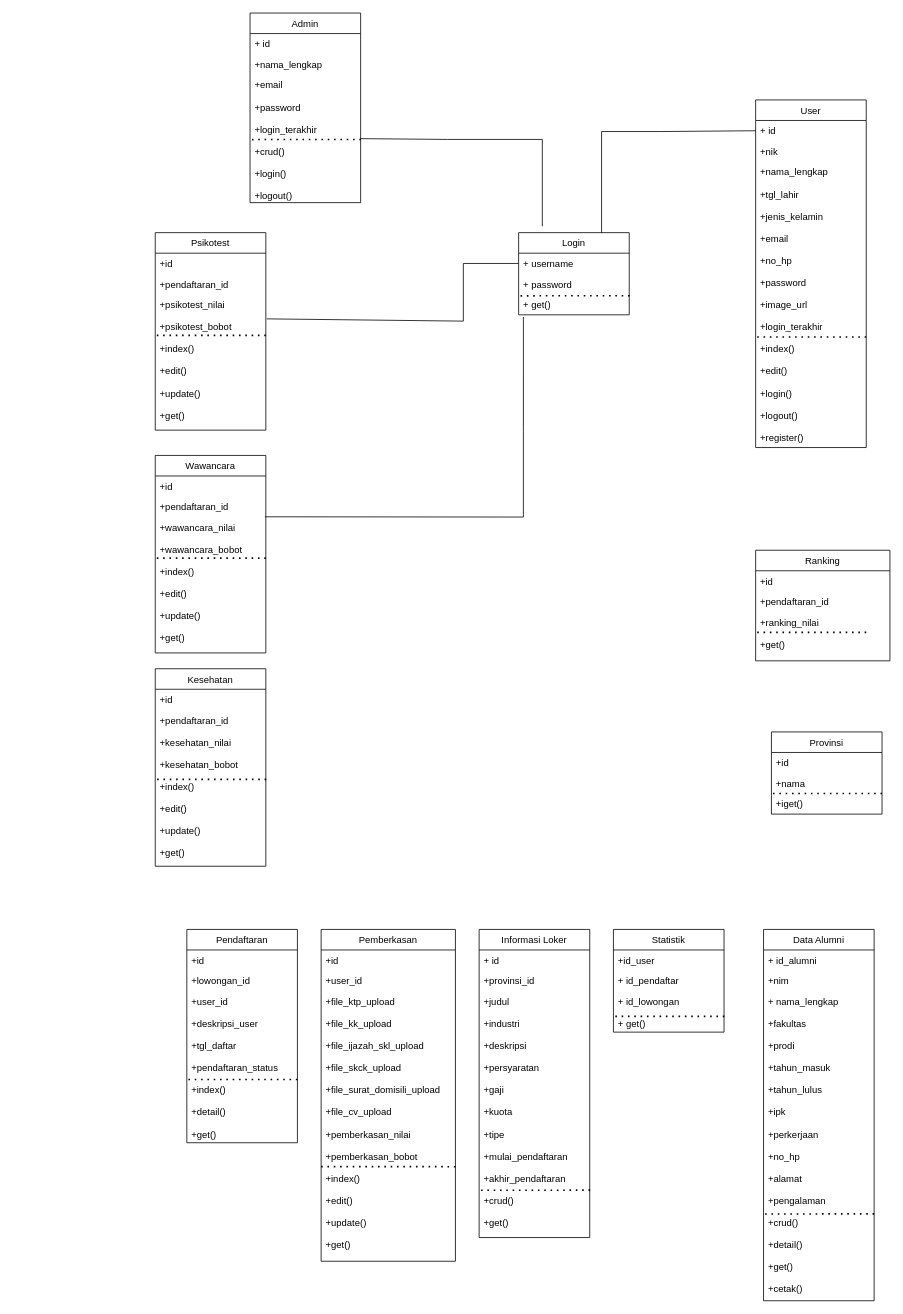
Above: class diagram alumni.drawio in ratihpn99/tokoonline (draw.io), before the change. Source tidied: cells renumbered, new cells numbered last; positions are measured from the earlier drawing's top-left corner, leaving out a move shared by most shapes. Both pictures are drawn from the tidied source at 79%, with x=0, y=0 at pixel (155, 13).
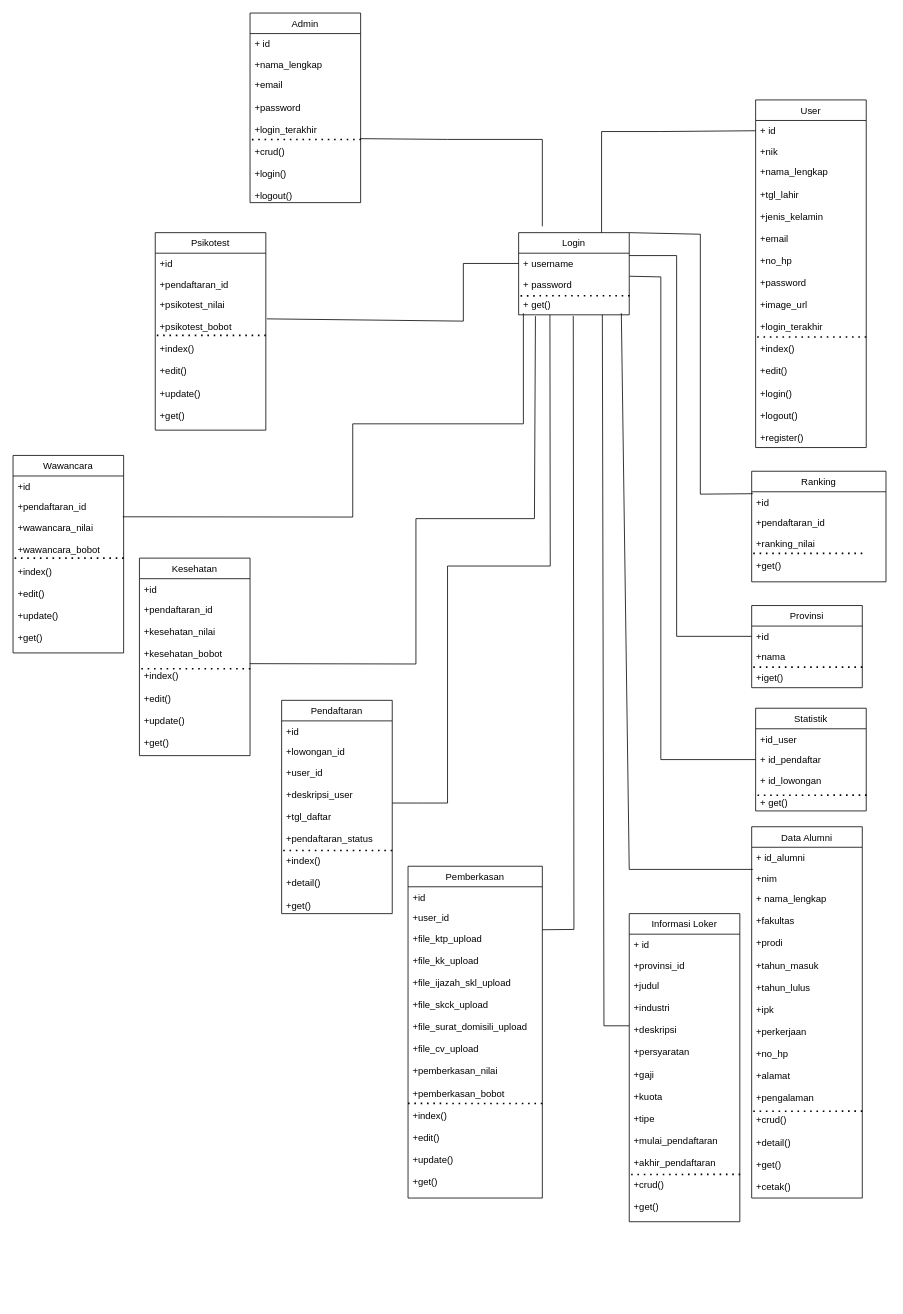
The same diagram, later.

Unchanged cells that the change refers to:
```xml
<mxCell id="2" value="Login" style="swimlane;fontStyle=0;horizontal=1;startSize=26;fillColor=none;" parent="1" vertex="1">
  <mxGeometry x="460" y="278" width="140" height="104" as="geometry" />
</mxCell>
<mxCell id="4" value="+ password" style="text;strokeColor=none;fillColor=none;align=left;verticalAlign=top;spacingLeft=4;spacingRight=4;overflow=hidden;points=[[0,0.5],[1,0.5]];portConstraint=eastwest;" parent="2" vertex="1">
  <mxGeometry y="52" width="140" height="26" as="geometry" />
</mxCell>
<mxCell id="5" value="+ get()" style="text;strokeColor=none;fillColor=none;align=left;verticalAlign=top;spacingLeft=4;spacingRight=4;overflow=hidden;points=[[0,0.5],[1,0.5]];portConstraint=eastwest;" parent="2" vertex="1">
  <mxGeometry y="78" width="140" height="26" as="geometry" />
</mxCell>
<mxCell id="19" value="+nim" style="text;strokeColor=none;fillColor=none;align=left;verticalAlign=top;spacingLeft=4;spacingRight=4;overflow=hidden;points=[[0,0.5],[1,0.5]];portConstraint=eastwest;" parent="17" vertex="1">
  <mxGeometry y="52" width="140" height="26" as="geometry" />
</mxCell>
<mxCell id="24" value="+ id_pendaftar" style="text;strokeColor=none;fillColor=none;align=left;verticalAlign=top;spacingLeft=4;spacingRight=4;overflow=hidden;points=[[0,0.5],[1,0.5]];portConstraint=eastwest;" parent="22" vertex="1">
  <mxGeometry y="52" width="140" height="26" as="geometry" />
</mxCell>
<mxCell id="30" value="+judul&#10;&#10;+industri&#10;&#10;+deskripsi&#10;&#10;+persyaratan&#10;&#10;+gaji&#10;&#10;+kuota&#10;&#10;+tipe&#10;&#10;+mulai_pendaftaran&#10;&#10;+akhir_pendaftaran&#10;&#10;+crud()&#10;&#10;+get()" style="text;strokeColor=none;fillColor=none;align=left;verticalAlign=top;spacingLeft=4;spacingRight=4;overflow=hidden;points=[[0,0.5],[1,0.5]];portConstraint=eastwest;" parent="27" vertex="1">
  <mxGeometry y="78" width="140" height="312" as="geometry" />
</mxCell>
<mxCell id="35" value="+pendaftaran_id&#10;&#10;+kesehatan_nilai&#10;&#10;+kesehatan_bobot&#10;&#10;+index()&#10;&#10;+edit()&#10;&#10;+update()&#10;&#10;+get()&#10;&#10;" style="text;strokeColor=none;fillColor=none;align=left;verticalAlign=top;spacingLeft=4;spacingRight=4;overflow=hidden;points=[[0,0.5],[1,0.5]];portConstraint=eastwest;" parent="32" vertex="1">
  <mxGeometry y="52" width="140" height="198" as="geometry" />
</mxCell>
<mxCell id="39" value="+file_ktp_upload&#10;&#10;+file_kk_upload&#10;&#10;+file_ijazah_skl_upload&#10;&#10;+file_skck_upload&#10;&#10;+file_surat_domisili_upload&#10;&#10;+file_cv_upload&#10;&#10;+pemberkasan_nilai&#10;&#10;+pemberkasan_bobot&#10;&#10;+index()&#10;&#10;+edit()&#10;&#10;+update()&#10;&#10;+get()&#10;" style="text;strokeColor=none;fillColor=none;align=left;verticalAlign=top;spacingLeft=4;spacingRight=4;overflow=hidden;points=[[0,0.5],[1,0.5]];portConstraint=eastwest;" parent="36" vertex="1">
  <mxGeometry y="78" width="170" height="342" as="geometry" />
</mxCell>
<mxCell id="47" value="+id" style="text;strokeColor=none;fillColor=none;align=left;verticalAlign=top;spacingLeft=4;spacingRight=4;overflow=hidden;points=[[0,0.5],[1,0.5]];portConstraint=eastwest;" parent="46" vertex="1">
  <mxGeometry y="26" width="140" height="26" as="geometry" />
</mxCell>
<mxCell id="60" value="+wawancara_nilai&#10;&#10;+wawancara_bobot&#10;&#10;+index()&#10;&#10;+edit()&#10;&#10;+update()&#10;&#10;+get()&#10;&#10;" style="text;strokeColor=none;fillColor=none;align=left;verticalAlign=top;spacingLeft=4;spacingRight=4;overflow=hidden;points=[[0,0.5],[1,0.5]];portConstraint=eastwest;" parent="56" vertex="1">
  <mxGeometry y="78" width="140" height="172" as="geometry" />
</mxCell>
<mxCell id="64" value="+id" style="text;strokeColor=none;fillColor=none;align=left;verticalAlign=top;spacingLeft=4;spacingRight=4;overflow=hidden;points=[[0,0.5],[1,0.5]];portConstraint=eastwest;" parent="63" vertex="1">
  <mxGeometry y="26" width="170" height="26" as="geometry" />
</mxCell>
```

Diff of the diagram source:
```diff
@@
     <mxCell id="17" value="Data Alumni" style="swimlane;fontStyle=0;horizontal=1;startSize=26;fillColor=none;" parent="1" vertex="1">
-      <mxGeometry x="770" y="1160" width="140" height="470" as="geometry" />
+      <mxGeometry x="755" y="1030" width="140" height="470" as="geometry" />
     </mxCell>
@@
     <mxCell id="22" value="Statistik" style="swimlane;fontStyle=0;horizontal=1;startSize=26;fillColor=none;" parent="1" vertex="1">
-      <mxGeometry x="580" y="1160" width="140" height="130" as="geometry" />
+      <mxGeometry x="760" y="880" width="140" height="130" as="geometry" />
     </mxCell>
@@
     <mxCell id="27" value="Informasi Loker" style="swimlane;fontStyle=0;horizontal=1;startSize=26;fillColor=none;" parent="1" vertex="1">
-      <mxGeometry x="410" y="1160" width="140" height="390" as="geometry" />
+      <mxGeometry x="600" y="1140" width="140" height="390" as="geometry" />
     </mxCell>
@@
     <mxCell id="32" value="Kesehatan" style="swimlane;fontStyle=0;horizontal=1;startSize=26;fillColor=none;" parent="1" vertex="1">
-      <mxGeometry y="830" width="140" height="250" as="geometry" />
+      <mxGeometry x="-20" y="690" width="140" height="250" as="geometry" />
     </mxCell>
@@
     <mxCell id="36" value="Pemberkasan" style="swimlane;fontStyle=0;horizontal=1;startSize=26;fillColor=none;" parent="1" vertex="1">
-      <mxGeometry x="210" y="1160" width="170" height="420" as="geometry" />
+      <mxGeometry x="320" y="1080" width="170" height="420" as="geometry" />
     </mxCell>
@@
     <mxCell id="41" value="Pendaftaran" style="swimlane;fontStyle=0;horizontal=1;startSize=26;fillColor=none;" parent="1" vertex="1">
-      <mxGeometry x="40" y="1160" width="140" height="270" as="geometry" />
+      <mxGeometry x="160" y="870" width="140" height="270" as="geometry" />
     </mxCell>
@@
     <mxCell id="46" value="Provinsi" style="swimlane;fontStyle=0;horizontal=1;startSize=26;fillColor=none;" parent="1" vertex="1">
-      <mxGeometry x="780" y="910" width="140" height="104" as="geometry" />
+      <mxGeometry x="755" y="750" width="140" height="104" as="geometry" />
     </mxCell>
@@
     <mxCell id="56" value="Wawancara" style="swimlane;fontStyle=0;horizontal=1;startSize=26;fillColor=none;" parent="1" vertex="1">
-      <mxGeometry y="560" width="140" height="250" as="geometry" />
+      <mxGeometry x="-180" y="560" width="140" height="250" as="geometry" />
     </mxCell>
@@
     <mxCell id="63" value="Ranking" style="swimlane;fontStyle=0;horizontal=1;startSize=26;fillColor=none;" parent="1" vertex="1">
-      <mxGeometry x="760" y="680" width="170" height="140" as="geometry" />
+      <mxGeometry x="755" y="580" width="170" height="140" as="geometry" />
     </mxCell>
@@
-    <mxCell id="69" style="endArrow=none;html=1;rounded=0;entryX=0.043;entryY=1.106;entryDx=0;entryDy=0;entryPerimeter=0;exitX=0.992;exitY=-0.002;exitDx=0;exitDy=0;exitPerimeter=0;" parent="1" edge="1" source="60" target="5">
+    <mxCell id="69" style="endArrow=none;html=1;rounded=0;exitX=0.992;exitY=-0.002;exitDx=0;exitDy=0;exitPerimeter=0;" parent="1" edge="1" source="60">
       <mxGeometry relative="1" as="geometry">
+        <mxPoint x="466" y="380" as="targetPoint" />
         <Array as="points">
-          <mxPoint x="466" y="638" />
-          <mxPoint x="466" y="530" />
+          <mxPoint x="250" y="638" />
+          <mxPoint x="250" y="520" />
+          <mxPoint x="466" y="520" />
         </Array>
       </mxGeometry>
     </mxCell>
+    <mxCell id="70" style="endArrow=none;html=1;rounded=0;entryX=1;entryY=0;entryDx=0;entryDy=0;exitX=0.008;exitY=0.094;exitDx=0;exitDy=0;exitPerimeter=0;" parent="1" edge="1" source="64" target="2">
+      <mxGeometry relative="1" as="geometry">
+        <Array as="points">
+          <mxPoint x="690" y="609" />
+          <mxPoint x="690" y="280" />
+        </Array>
+      </mxGeometry>
+    </mxCell>
+    <mxCell id="71" style="endArrow=none;html=1;rounded=0;exitX=0;exitY=0.5;exitDx=0;exitDy=0;" parent="1" edge="1" source="47">
+      <mxGeometry relative="1" as="geometry">
+        <mxPoint x="600" y="307" as="targetPoint" />
+        <Array as="points">
+          <mxPoint x="660" y="789" />
+          <mxPoint x="660" y="307" />
+        </Array>
+      </mxGeometry>
+    </mxCell>
+    <mxCell id="72" style="endArrow=none;html=1;rounded=0;exitX=0.998;exitY=0.412;exitDx=0;exitDy=0;exitPerimeter=0;entryX=0.152;entryY=1.064;entryDx=0;entryDy=0;entryPerimeter=0;" parent="1" edge="1" source="35" target="5">
+      <mxGeometry relative="1" as="geometry">
+        <Array as="points">
+          <mxPoint x="330" y="824" />
+          <mxPoint x="330" y="640" />
+          <mxPoint x="480" y="640" />
+        </Array>
+      </mxGeometry>
+    </mxCell>
+    <mxCell id="73" style="endArrow=none;html=1;rounded=0;entryX=1.003;entryY=0.123;entryDx=0;entryDy=0;entryPerimeter=0;exitX=0;exitY=0.5;exitDx=0;exitDy=0;" parent="1" edge="1" source="24" target="4">
+      <mxGeometry relative="1" as="geometry">
+        <Array as="points">
+          <mxPoint x="640" y="945" />
+          <mxPoint x="640" y="334" />
+        </Array>
+      </mxGeometry>
+    </mxCell>
+    <mxCell id="74" style="endArrow=none;html=1;rounded=0;entryX=0.283;entryY=1;entryDx=0;entryDy=0;entryPerimeter=0;" parent="1" edge="1" target="5">
+      <mxGeometry relative="1" as="geometry">
+        <mxPoint x="300" y="1000" as="sourcePoint" />
+        <Array as="points">
+          <mxPoint x="340" y="1000" />
+          <mxPoint x="370" y="1000" />
+          <mxPoint x="370" y="700" />
+          <mxPoint x="500" y="700" />
+        </Array>
+      </mxGeometry>
+    </mxCell>
+    <mxCell id="75" style="endArrow=none;html=1;rounded=0;exitX=0.01;exitY=0.077;exitDx=0;exitDy=0;exitPerimeter=0;" parent="1" edge="1" source="19">
+      <mxGeometry relative="1" as="geometry">
+        <mxPoint x="590" y="380" as="targetPoint" />
+        <Array as="points">
+          <mxPoint x="600" y="1084" />
+        </Array>
+      </mxGeometry>
+    </mxCell>
+    <mxCell id="76" style="endArrow=none;html=1;rounded=0;entryX=0.757;entryY=1;entryDx=0;entryDy=0;entryPerimeter=0;exitX=-0.002;exitY=0.205;exitDx=0;exitDy=0;exitPerimeter=0;" parent="1" edge="1" source="30" target="5">
+      <mxGeometry relative="1" as="geometry">
+        <Array as="points">
+          <mxPoint x="568" y="1282" />
+        </Array>
+      </mxGeometry>
+    </mxCell>
+    <mxCell id="77" style="endArrow=none;html=1;rounded=0;entryX=0.494;entryY=1.062;entryDx=0;entryDy=0;entryPerimeter=0;exitX=1;exitY=0.007;exitDx=0;exitDy=0;exitPerimeter=0;" parent="1" edge="1" source="39" target="5">
+      <mxGeometry relative="1" as="geometry">
+        <Array as="points">
+          <mxPoint x="530" y="1160" />
+        </Array>
+      </mxGeometry>
+    </mxCell>
```
